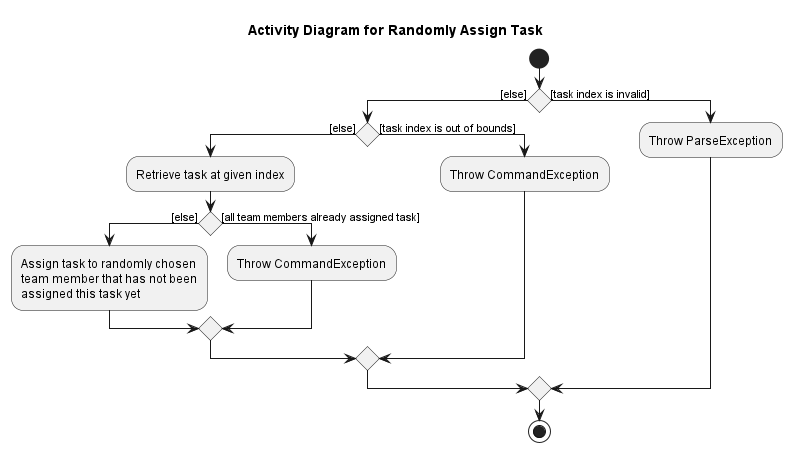
Before: docs/images/RandomlyAssignTaskActivityDiagram.png, a diagram exported from PlantUML (nus-cs2103-AY2223S1/tp).
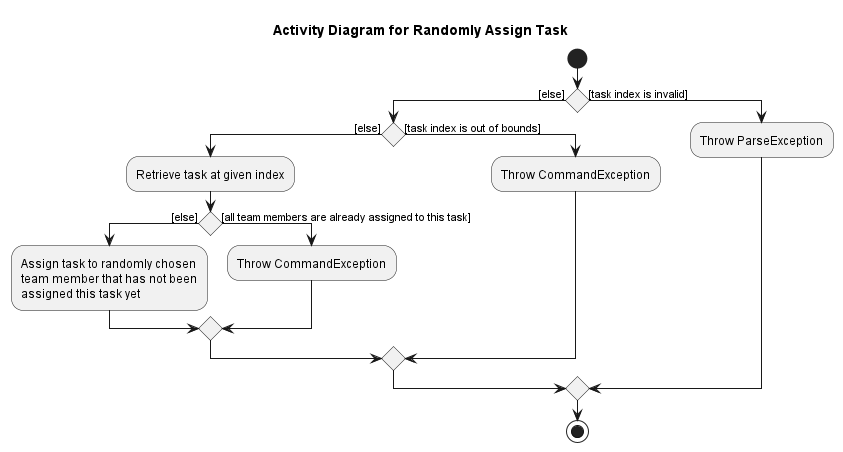
The same diagram one commit later.

Commit message:
Update diagrams based on MR comments

Change to the diagram source:
```diff
@@ -10,7 +10,7 @@
             :Assign task to randomly chosen
             team member that has not been
             assigned this task yet;
-        else ([all team members already assigned task])
+        else ([all team members are already assigned to this task])
             :Throw CommandException;
         endif
     else ([task index is out of bounds])
```
